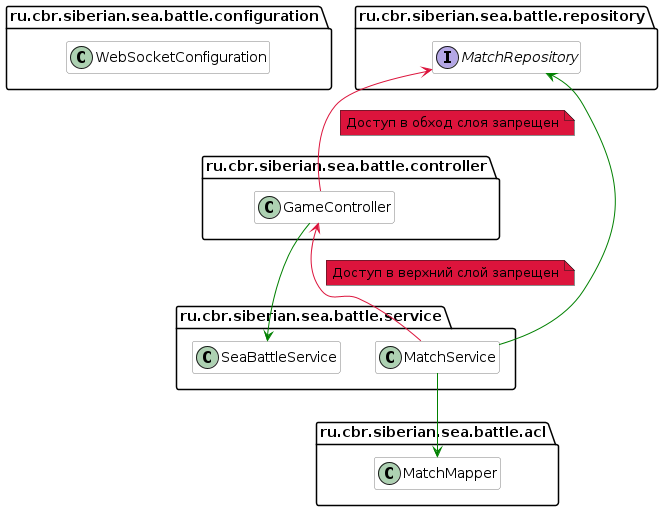
Above: plantuml/generated-diagrams/layeredTest.png in onixred/SiberianSeaBattle (PlantUML), before the change. The source it was exported from:
```plantuml
@startuml layeredTest
hide empty members
set separator none
skinparam componentStyle uml2

skinparam component {
  BorderColor #grey
  BackgroundColor #white
}

skinparam class {
  BorderColor #grey
  BackgroundColor #white
}

package ru.cbr.siberian.sea.battle.configuration {
    class WebSocketConfiguration
}

package ru.cbr.siberian.sea.battle.acl {
    class MatchMapper

}

package ru.cbr.siberian.sea.battle.controller {
    class GameController
}

package ru.cbr.siberian.sea.battle.repository {
    interface MatchRepository
}

package ru.cbr.siberian.sea.battle.service {
    class MatchService
    class SeaBattleService
}

GameController -down-> SeaBattleService #green

MatchService -down-> MatchMapper #green
MatchService -down-> MatchRepository #green


GameController -up-> MatchRepository #crimson
note right on link #crimson: Доступ в обход слоя запрещен

MatchService -up--> GameController #crimson
note right on link #crimson: Доступ в верхний слой запрещен


@enduml
```
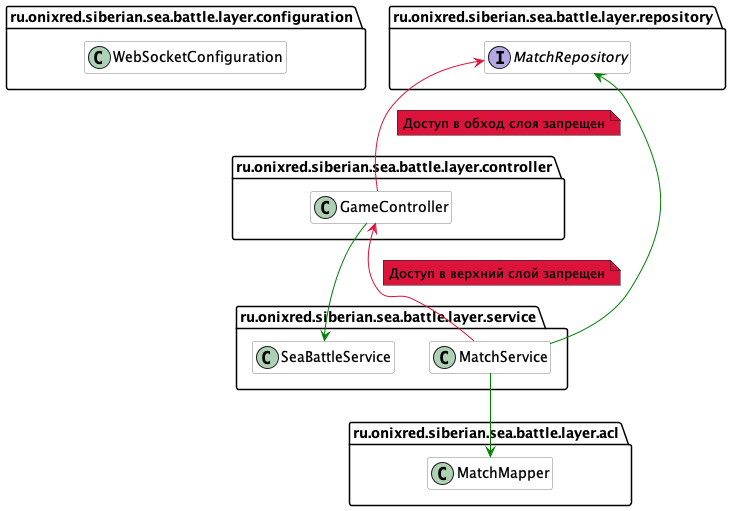
The same file after the commit.

Change to the diagram source:
```diff
@@ -13,24 +13,24 @@
   BackgroundColor #white
 }
 
-package ru.cbr.siberian.sea.battle.configuration {
+package ru.onixred.siberian.sea.battle.layer.configuration {
     class WebSocketConfiguration
 }
 
-package ru.cbr.siberian.sea.battle.acl {
+package ru.onixred.siberian.sea.battle.layer.acl {
     class MatchMapper
 
 }
 
-package ru.cbr.siberian.sea.battle.controller {
+package ru.onixred.siberian.sea.battle.layer.controller {
     class GameController
 }
 
-package ru.cbr.siberian.sea.battle.repository {
+package ru.onixred.siberian.sea.battle.layer.repository {
     interface MatchRepository
 }
 
-package ru.cbr.siberian.sea.battle.service {
+package ru.onixred.siberian.sea.battle.layer.service {
     class MatchService
     class SeaBattleService
 }
```
